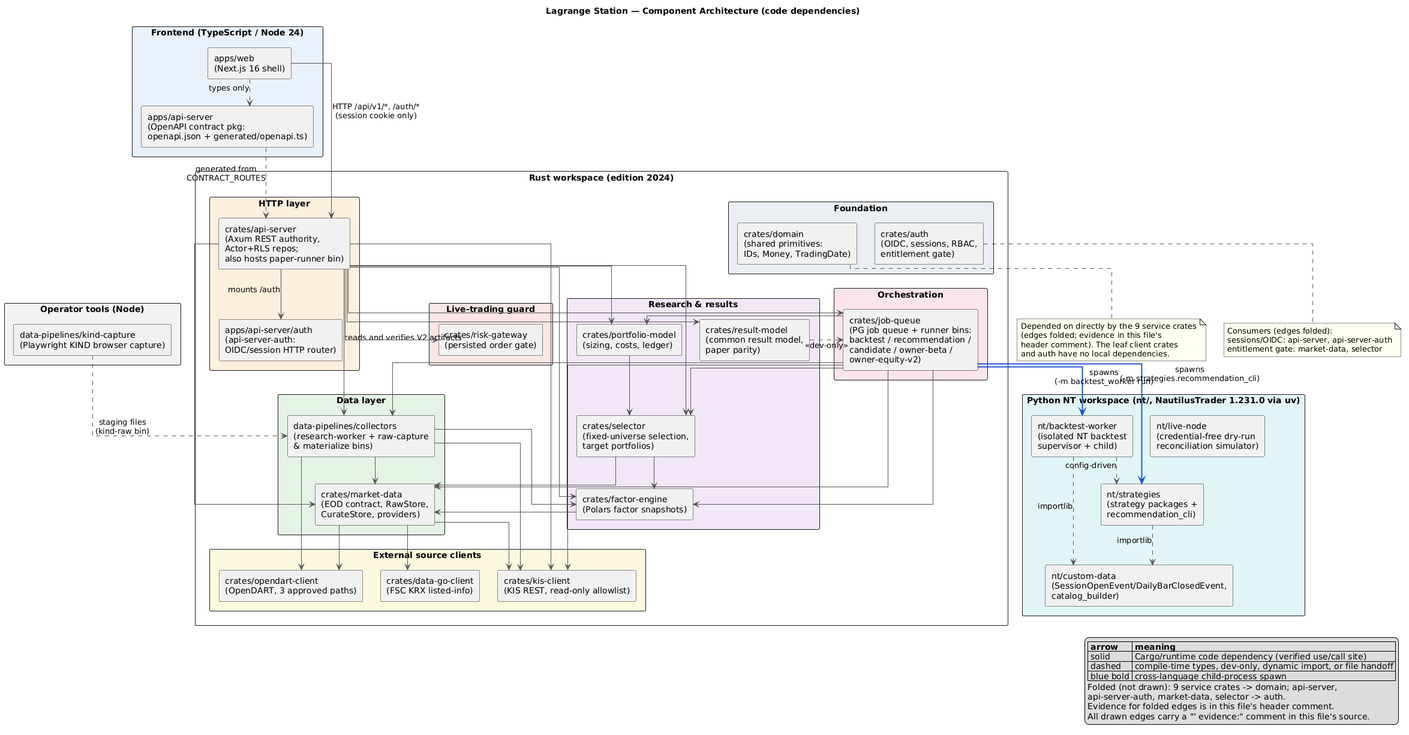
Earlier version of the PlantUML export docs/diagrams/component_architecture.png (sihioov/Lagrange).
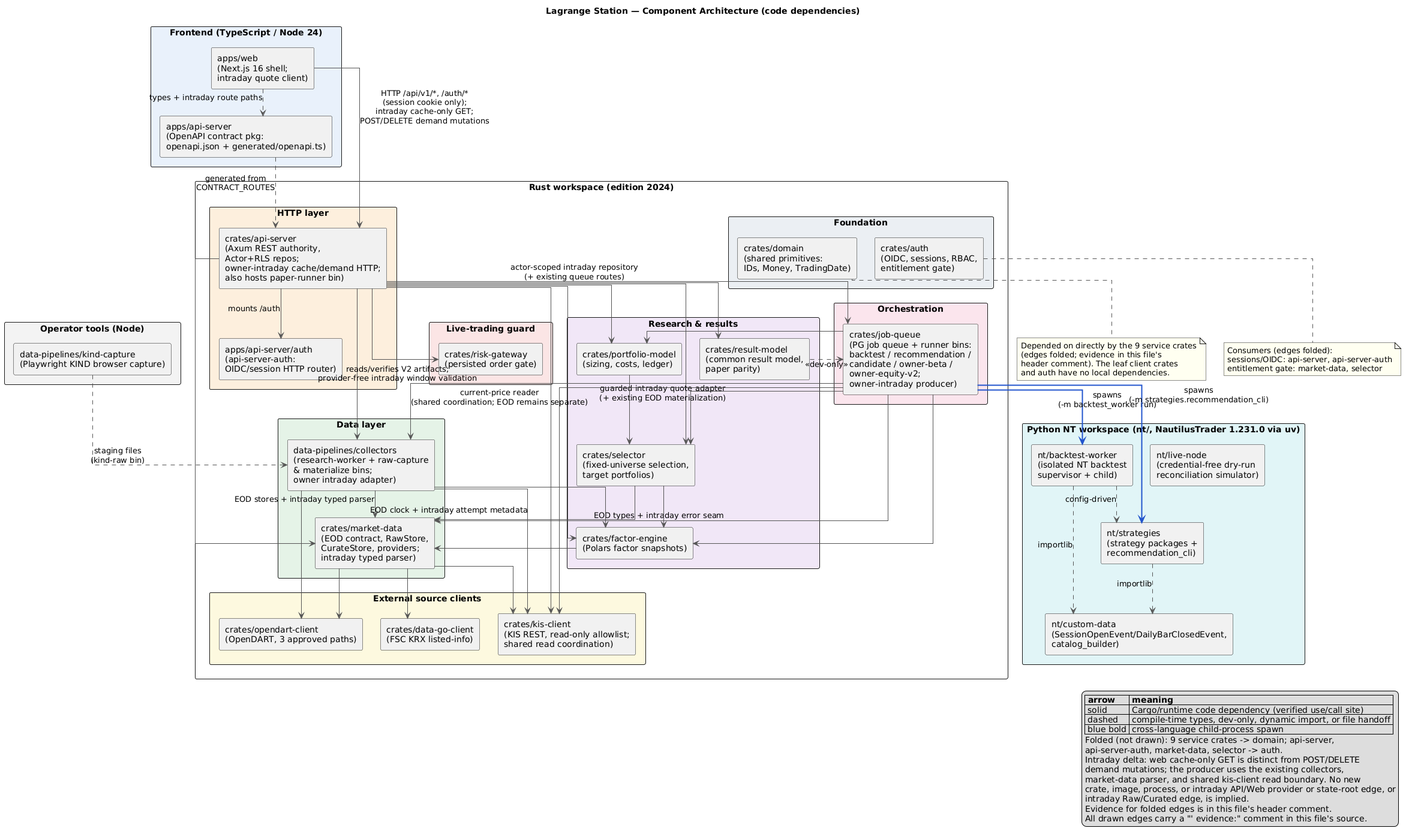
The same file after the commit.

Commit message:
docs(stock-beta): render reviewed architecture and open approved fixture QA

The edit, as a diff of the source:
```diff
@@ -12,19 +12,19 @@
 skinparam noteBackgroundColor #FFFFF0
 
 package "Frontend (TypeScript / Node 24)" #E8F1FB {
-  component "apps/web\n(Next.js 16 shell)" as web
+  component "apps/web\n(Next.js 16 shell;\nintraday quote client)" as web
   component "apps/api-server\n(OpenAPI contract pkg:\nopenapi.json + generated/openapi.ts)" as api_contract
 }
 
 package "Rust workspace (edition 2024)" {
 
   package "HTTP layer" #FDEEDC {
-    component "crates/api-server\n(Axum REST authority,\nActor+RLS repos;\nalso hosts paper-runner bin)" as api_server
+    component "crates/api-server\n(Axum REST authority,\nActor+RLS repos;\nowner-intraday cache/demand HTTP;\nalso hosts paper-runner bin)" as api_server
     component "apps/api-server/auth\n(api-server-auth:\nOIDC/session HTTP router)" as api_server_auth
   }
 
   package "Orchestration" #FBE4EC {
-    component "crates/job-queue\n(PG job queue + runner bins:\nbacktest / recommendation /\ncandidate / owner-beta /\nowner-equity-v2)" as job_queue
+    component "crates/job-queue\n(PG job queue + runner bins:\nbacktest / recommendation /\ncandidate / owner-beta /\nowner-equity-v2;\nowner-intraday producer)" as job_queue
   }
 
   package "Research & results" #F1E6F7 {
@@ -39,12 +39,12 @@
   }
 
   package "Data layer" #E5F3E7 {
-    component "crates/market-data\n(EOD contract, RawStore,\nCurateStore, providers)" as market_data
-    component "data-pipelines/collectors\n(research-worker + raw-capture\n& materialize bins)" as collectors
+    component "crates/market-data\n(EOD contract, RawStore,\nCurateStore, providers;\nintraday typed parser)" as market_data
+    component "data-pipelines/collectors\n(research-worker + raw-capture\n& materialize bins;\nowner intraday adapter)" as collectors
   }
 
   package "External source clients" #FCF8DE {
-    component "crates/kis-client\n(KIS REST, read-only allowlist)" as kis_client
+    component "crates/kis-client\n(KIS REST, read-only allowlist;\nshared read coordination)" as kis_client
     component "crates/opendart-client\n(OpenDART, 3 approved paths)" as opendart_client
     component "crates/data-go-client\n(FSC KRX listed-info)" as data_go_client
   }
@@ -80,21 +80,21 @@
 }
 
 
-web --> api_server : HTTP /api/v1/*, /auth/*\n(session cookie only)
+web --> api_server : HTTP /api/v1/*, /auth/*\n(session cookie only);\nintraday cache-only GET;\nPOST/DELETE demand mutations
 
-web ..> api_contract : types only
+web ..> api_contract : types + intraday route paths
 
 api_contract ..> api_server : generated from\nCONTRACT_ROUTES
 
 
 api_server --> api_server_auth : mounts /auth
 
-api_server --> collectors : reads and verifies V2 artifacts
+api_server --> collectors : reads/verifies V2 artifacts;\nprovider-free intraday window validation
 
 api_server --> factor_engine
 api_server --> risk_gateway
 api_server --> kis_client
-api_server --> job_queue
+api_server --> job_queue : actor-scoped intraday repository\n(+ existing queue routes)
 api_server --> market_data
 api_server --> portfolio_model
 api_server --> result_model
@@ -104,9 +104,9 @@
 job_queue --> factor_engine
 job_queue --> selector
 job_queue --> portfolio_model
-job_queue --> market_data
-job_queue --> collectors
-job_queue --> kis_client
+job_queue --> market_data : EOD types + intraday error seam
+job_queue --> collectors : guarded intraday quote adapter\n(+ existing EOD materialization)
+job_queue --> kis_client : current-price reader\n(shared coordination; EOD remains separate)
 
 
 factor_engine --> market_data
@@ -123,9 +123,9 @@
 market_data --> opendart_client
 market_data --> data_go_client
 
-collectors --> market_data
+collectors --> market_data : EOD stores + intraday typed parser
 collectors --> factor_engine
-collectors --> kis_client
+collectors --> kis_client : EOD clock + intraday attempt metadata
 collectors --> opendart_client
 
 
@@ -149,6 +149,11 @@
   | blue bold | cross-language child-process spawn |
   Folded (not drawn): 9 service crates -> domain; api-server,
   api-server-auth, market-data, selector -> auth.
+  Intraday delta: web cache-only GET is distinct from POST/DELETE
+  demand mutations; the producer uses the existing collectors,
+  market-data parser, and shared kis-client read boundary. No new
+  crate, image, process, or intraday API/Web provider or state-root edge, or
+  intraday Raw/Curated edge, is implied.
   Evidence for folded edges is in this file's header comment.
   All drawn edges carry a "' evidence:" comment in this file's source.
 endlegend
```
